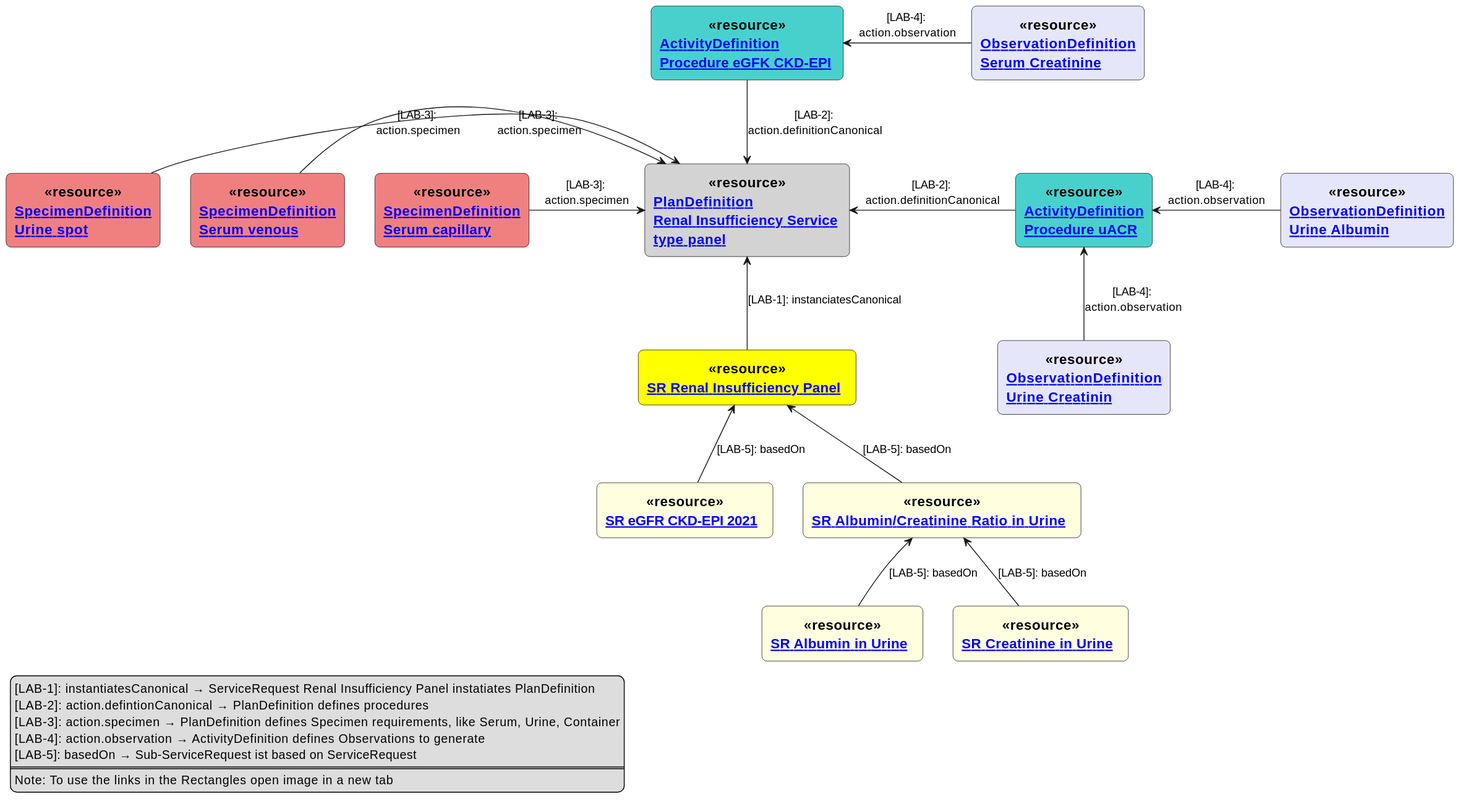
Before: input/images/RenalInsufficiencyPanel.svg, a diagram exported from PlantUML (hl7ch/ch-lab-order).
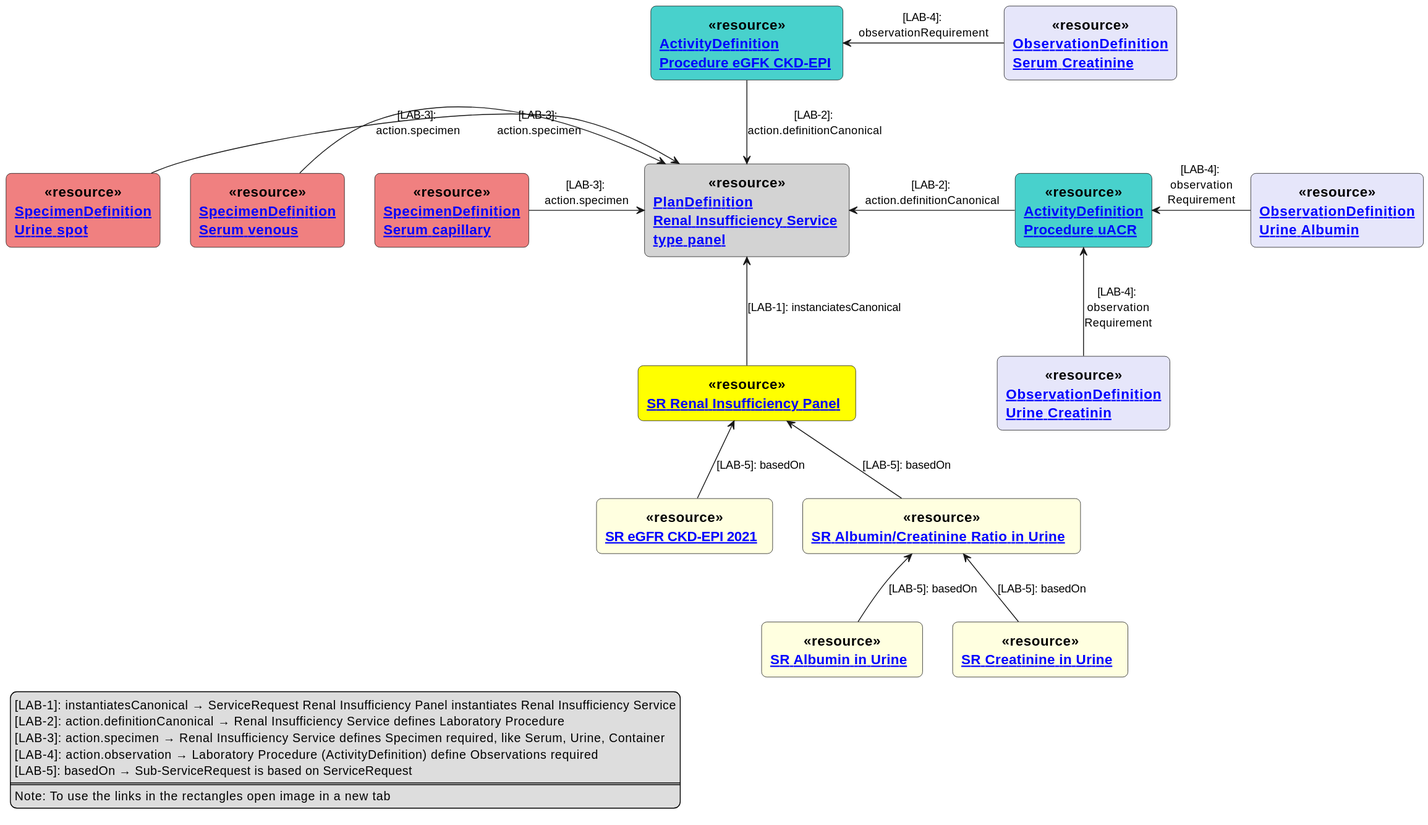
The same diagram one commit later.

Commit message:
add explanations to diagrams 4-sepsis

What changed in the source:
```diff
@@ -28,7 +28,6 @@
 rectangle "[[ ObservationDefinition-observationAlbuminUrine.html ObservationDefinition\nUrine Albumin ]]" as ODUA <<$bProcess>><<resource>> #Lavender
 rectangle "[[ ObservationDefinition-observationCreatinineUrine.html ObservationDefinition\nUrine Creatinin ]]" as ODUC <<$bProcess>><<resource>> #Lavender
 
-
 RIP <-down- EGFR : [LAB-5]: basedOn
 RIP <-down- UACR : [LAB-5]: basedOn
 UACR <-down- UA : [LAB-5]: basedOn
@@ -43,18 +42,17 @@
 PDRI <-left- SDBC : [LAB-3]: \naction.specimen
 PDRI <-left- SDUS : [LAB-3]: \naction.specimen
 
-AGFK <-right- ODBC : [LAB-4]: \naction.observation
-AACR <-right- ODUA : [LAB-4]: \naction.observation
-AACR <-down- ODUC : [LAB-4]: \naction.observation
-
+AGFK <-right- ODBC : [LAB-4]: \nobservationRequirement
+AACR <-right- ODUA : [LAB-4]: \nobservation\nRequirement
+AACR <-down- ODUC : [LAB-4]: \nobservation\nRequirement
 
 legend left
-[LAB-1]: instantiatesCanonical → ServiceRequest Renal Insufficiency Panel instatiates PlanDefinition
-[LAB-2]: action.defintionCanonical → PlanDefinition defines procedures
-[LAB-3]: action.specimen → PlanDefinition defines Specimen requirements, like Serum, Urine, Container
-[LAB-4]: action.observation → ActivityDefinition defines Observations to generate
-[LAB-5]: basedOn → Sub-ServiceRequest ist based on ServiceRequest
+[LAB-1]: instantiatesCanonical → ServiceRequest Renal Insufficiency Panel instantiates Renal Insufficiency Service
+[LAB-2]: action.definitionCanonical → Renal Insufficiency Service defines Laboratory Procedure
+[LAB-3]: action.specimen → Renal Insufficiency Service defines Specimen required, like Serum, Urine, Container
+[LAB-4]: action.observation → Laboratory Procedure (ActivityDefinition) define Observations required
+[LAB-5]: basedOn → Sub-ServiceRequest is based on ServiceRequest
 ====
-Note: To use the links in the Rectangles open image in a new tab
+Note: To use the links in the rectangles open image in a new tab
 endlegend
 @enduml
```
